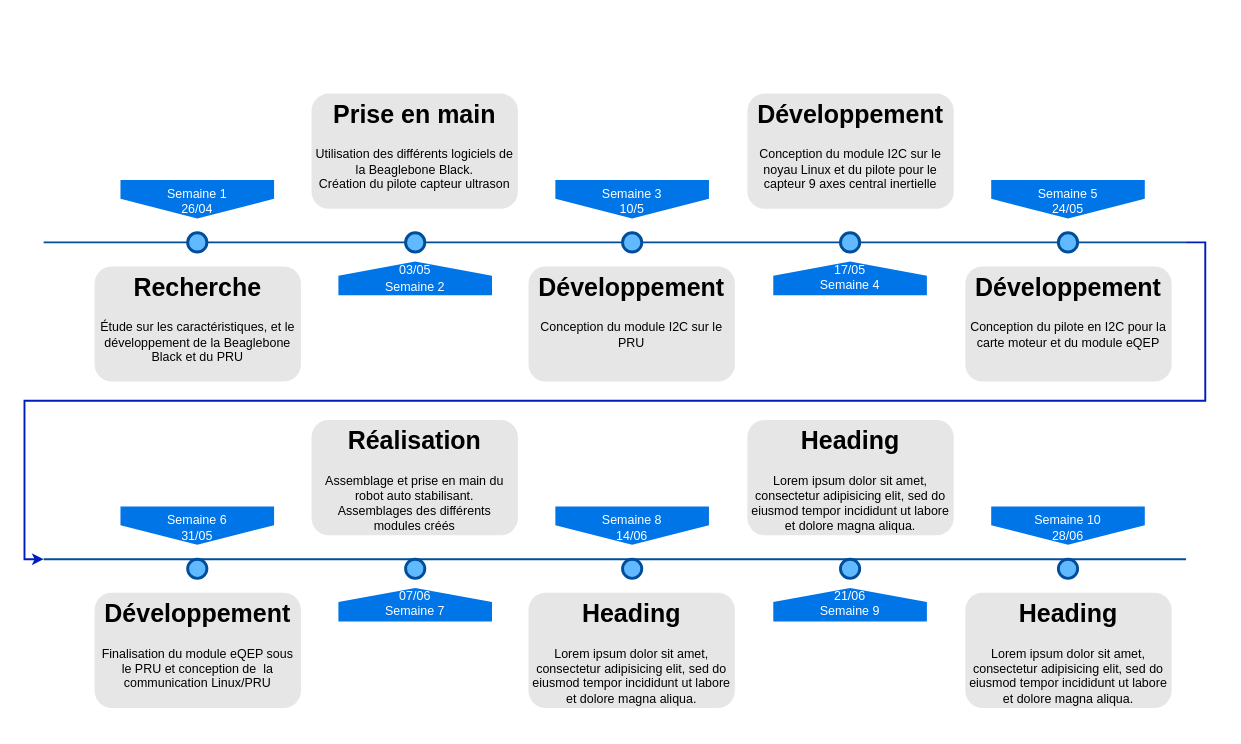
Before: search/Untitled Diagramcal.drawio in YKhimage1/libnx, a draw.io diagram. Source tidied: cells renumbered, new cells numbered last; positions are measured from the earlier drawing's top-left corner, leaving out a move shared by most shapes. Both pictures are drawn from the tidied source at 96%, with x=0, y=0 at pixel (43, 93).
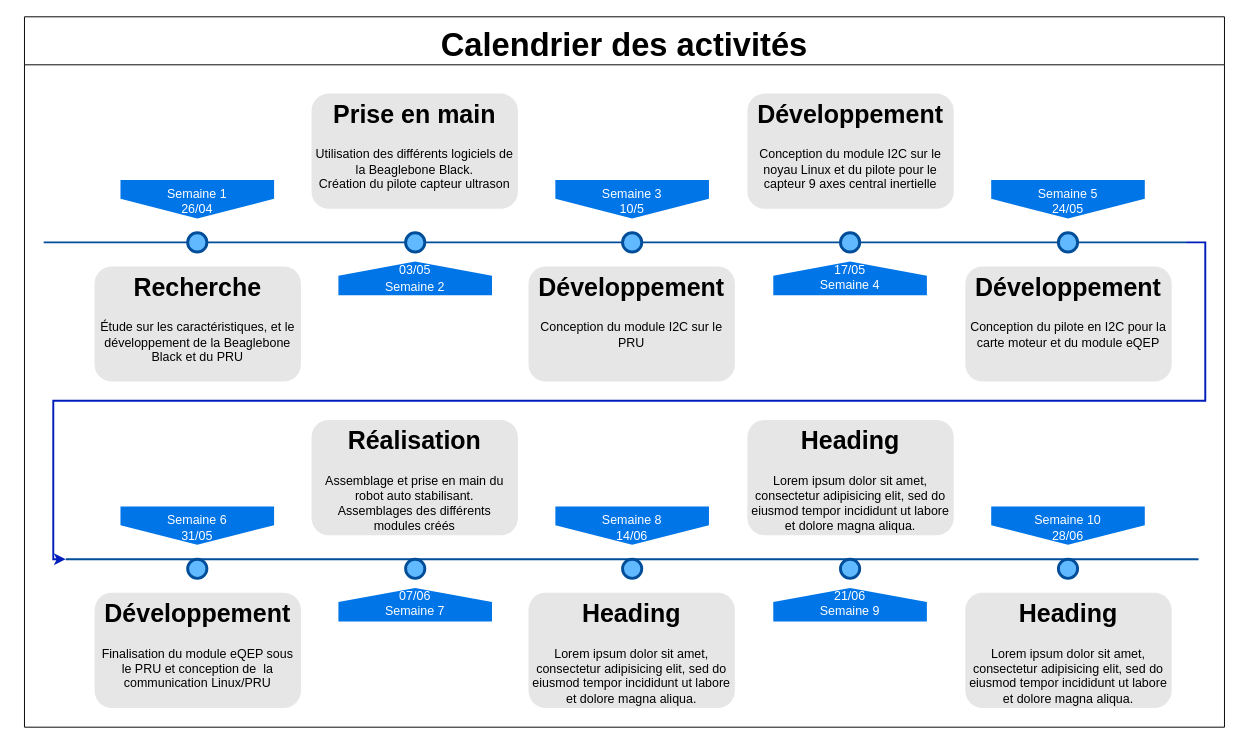
After the change.

The change refers to these unchanged cells:
```xml
<mxCell id="3" style="line;strokeWidth=2;html=1;fillColor=none;fontSize=28;fontColor=#004D99;strokeColor=#004D99;" parent="1" vertex="1">
  <mxGeometry y="150" width="1190" height="10" as="geometry" />
</mxCell>
```

The edit, as a diff of the source:
```diff
@@
     <mxCell id="2" style="edgeStyle=orthogonalEdgeStyle;rounded=0;jettySize=auto;html=1;exitX=1;exitY=0.5;exitDx=0;exitDy=0;exitPerimeter=0;entryX=0;entryY=0.5;entryDx=0;entryDy=0;entryPerimeter=0;fillColor=#0050ef;strokeColor=#001DBC;strokeWidth=2;" parent="1" edge="1" source="3" target="19">
-      <mxGeometry relative="1" as="geometry" />
+      <mxGeometry relative="1" as="geometry">
+        <Array as="points">
+          <mxPoint x="1210" y="155" />
+          <mxPoint x="1210" y="320" />
+          <mxPoint x="10" y="320" />
+          <mxPoint x="10" y="485" />
+        </Array>
+      </mxGeometry>
     </mxCell>
@@
     <mxCell id="19" style="line;strokeWidth=2;html=1;fillColor=none;fontSize=28;fontColor=#004D99;strokeColor=#004D99;" parent="1" vertex="1">
-      <mxGeometry y="480" width="1190" height="10" as="geometry" />
+      <mxGeometry x="23" y="480" width="1180" height="10" as="geometry" />
     </mxCell>
@@
+    <mxCell id="35" value="Calendrier des activités" style="swimlane;fontSize=34;startSize=50;" parent="1" vertex="1">
+      <mxGeometry x="-20" y="-80" width="1250" height="740" as="geometry" />
+    </mxCell>
```
